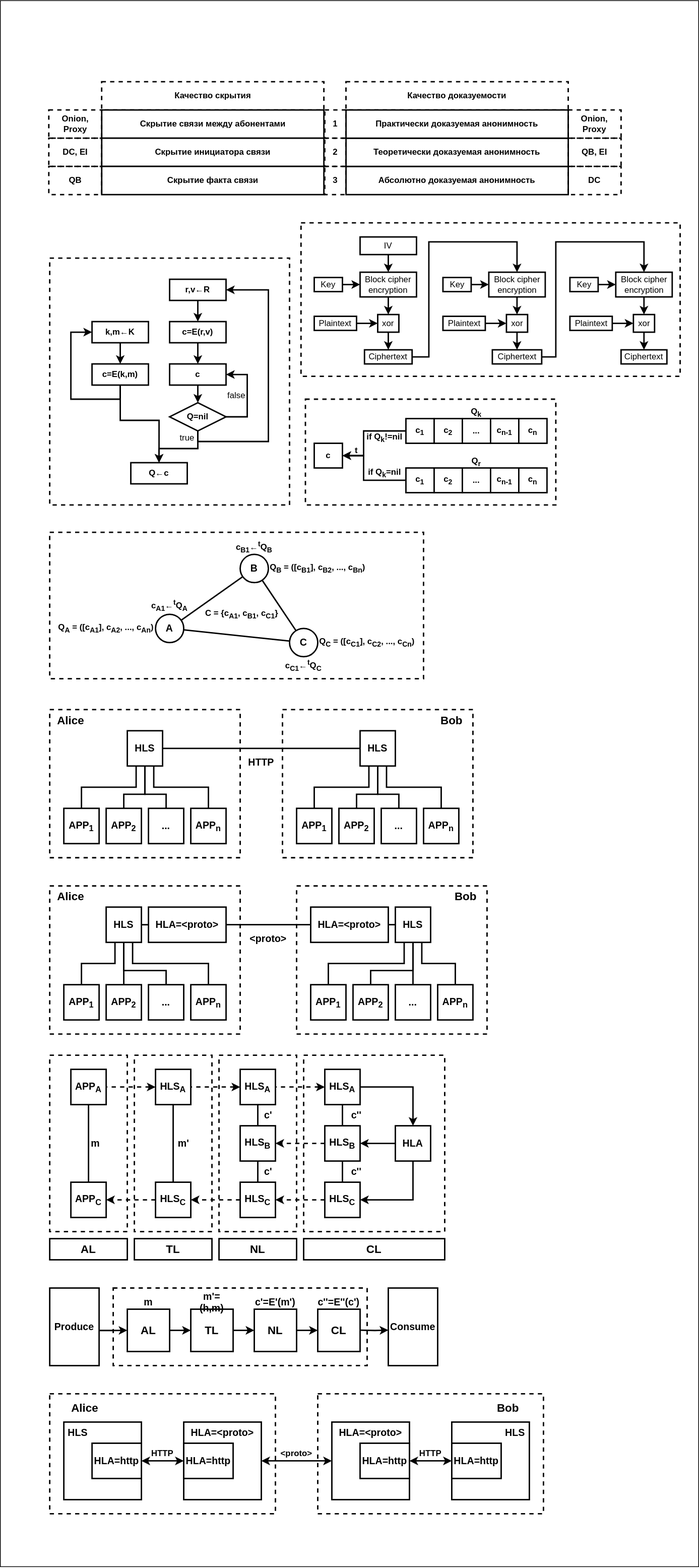
Earlier version of the draw.io export docs/hidden_lake_anonymous_network_scheme.svg (number571/hidden-lake). Source tidied: cells renumbered, new cells last; positions are measured from the earlier drawing's top-left corner, leaving out a move shared by most shapes.
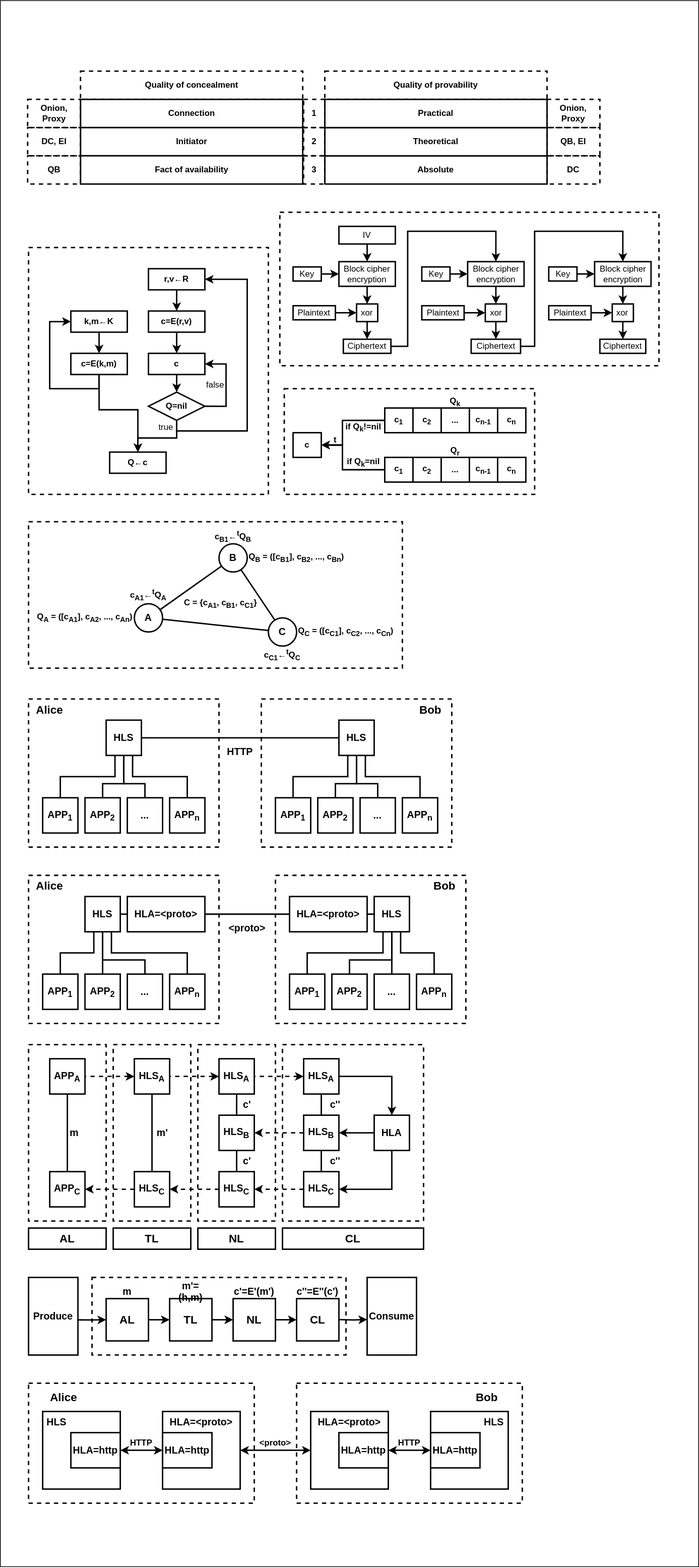
The same diagram one commit later.

Change to the diagram source:
```diff
@@ -363,7 +363,7 @@
       <mxGeometry x="70" y="1755" width="110" height="30" as="geometry" />
     </mxCell>
     <mxCell id="108" style="rounded=0;whiteSpace=wrap;html=1;strokeColor=default;fillColor=none;" parent="1" vertex="1">
-      <mxGeometry width="990" height="2220" as="geometry" />
+      <mxGeometry x="30" y="15" width="990" height="2220" as="geometry" />
     </mxCell>
     <mxCell id="109" style="edgeStyle=orthogonalEdgeStyle;rounded=0;jettySize=auto;html=1;exitX=0.994;exitY=0.547;exitDx=0;exitDy=0;entryX=0;entryY=0.5;entryDx=0;entryDy=0;strokeWidth=2;exitPerimeter=0;" parent="1" edge="1" source="110" target="113">
       <mxGeometry relative="1" as="geometry" />
@@ -746,28 +746,28 @@
     <mxCell id="217" style="rounded=0;whiteSpace=wrap;html=1;fillColor=none;strokeWidth=2;dashed=1;" parent="1" vertex="1">
       <mxGeometry x="426.2" y="315" width="537.5" height="217.5" as="geometry" />
     </mxCell>
-    <mxCell id="218" value="&lt;b&gt;Качество скрытия&lt;/b&gt;" style="rounded=0;whiteSpace=wrap;html=1;strokeWidth=2;dashed=1;" parent="1" vertex="1">
+    <mxCell id="218" value="&lt;b&gt;&lt;span style=&quot;white-space: pre-wrap;&quot; class=&quot;EzKURWReUAB5oZgtQNkl&quot;&gt;Q&lt;/span&gt;&lt;span style=&quot;white-space: pre-wrap;&quot; class=&quot;EzKURWReUAB5oZgtQNkl&quot;&gt;uality of &lt;/span&gt;&lt;span style=&quot;white-space: pre-wrap;&quot; class=&quot;EzKURWReUAB5oZgtQNkl&quot;&gt;concealment&lt;/span&gt;&lt;/b&gt;" style="rounded=0;whiteSpace=wrap;html=1;strokeWidth=2;dashed=1;" parent="1" vertex="1">
       <mxGeometry x="143.6" y="115" width="315.1" height="40" as="geometry" />
     </mxCell>
-    <mxCell id="219" value="&lt;b&gt;Качество доказуемости&lt;/b&gt;" style="rounded=0;whiteSpace=wrap;html=1;strokeWidth=2;dashed=1;" parent="1" vertex="1">
+    <mxCell id="219" value="&lt;b&gt;&lt;span style=&quot;white-space: pre-wrap;&quot; class=&quot;EzKURWReUAB5oZgtQNkl&quot;&gt;Quality&lt;/span&gt;&lt;span style=&quot;white-space: pre-wrap;&quot;&gt; of &lt;/span&gt;&lt;span style=&quot;white-space: pre-wrap;&quot; class=&quot;EzKURWReUAB5oZgtQNkl&quot;&gt;provability&lt;/span&gt;&lt;/b&gt;" style="rounded=0;whiteSpace=wrap;html=1;strokeWidth=2;dashed=1;" parent="1" vertex="1">
       <mxGeometry x="490" y="115" width="315.1" height="40" as="geometry" />
     </mxCell>
-    <mxCell id="220" value="&lt;b&gt;Скрытие связи между абонентами&lt;br&gt;&lt;/b&gt;" style="rounded=0;whiteSpace=wrap;html=1;strokeWidth=2;" parent="1" vertex="1">
+    <mxCell id="220" value="&lt;b&gt;Connection&lt;/b&gt;" style="rounded=0;whiteSpace=wrap;html=1;strokeWidth=2;" parent="1" vertex="1">
       <mxGeometry x="143.7" y="155" width="315" height="40" as="geometry" />
     </mxCell>
-    <mxCell id="221" value="&lt;b&gt;Скрытие инициатора связи&lt;br&gt;&lt;/b&gt;" style="rounded=0;whiteSpace=wrap;html=1;strokeWidth=2;" parent="1" vertex="1">
+    <mxCell id="221" value="&lt;b&gt;&lt;span style=&quot;white-space: pre-wrap;&quot; class=&quot;EzKURWReUAB5oZgtQNkl&quot;&gt;Initiator&lt;/span&gt;&lt;/b&gt;" style="rounded=0;whiteSpace=wrap;html=1;strokeWidth=2;" parent="1" vertex="1">
       <mxGeometry x="143.7" y="195" width="315" height="40" as="geometry" />
     </mxCell>
-    <mxCell id="222" value="&lt;b&gt;Скрытие факта связи&lt;br&gt;&lt;/b&gt;" style="rounded=0;whiteSpace=wrap;html=1;strokeWidth=2;" parent="1" vertex="1">
+    <mxCell id="222" value="&lt;b&gt;Fact&lt;span style=&quot;white-space: pre-wrap;&quot;&gt; of &lt;/span&gt;&lt;span style=&quot;white-space: pre-wrap;&quot; class=&quot;EzKURWReUAB5oZgtQNkl&quot;&gt;availability&lt;/span&gt;&lt;/b&gt;" style="rounded=0;whiteSpace=wrap;html=1;strokeWidth=2;" parent="1" vertex="1">
       <mxGeometry x="143.7" y="235" width="315" height="40" as="geometry" />
     </mxCell>
-    <mxCell id="223" value="&lt;b&gt;Абсолютно доказуемая анонимность&lt;br&gt;&lt;/b&gt;" style="rounded=0;whiteSpace=wrap;html=1;strokeWidth=2;" parent="1" vertex="1">
+    <mxCell id="223" value="&lt;b&gt;&lt;span style=&quot;white-space: pre-wrap;&quot; class=&quot;EzKURWReUAB5oZgtQNkl&quot;&gt;Absolute&lt;/span&gt;&lt;/b&gt;" style="rounded=0;whiteSpace=wrap;html=1;strokeWidth=2;" parent="1" vertex="1">
       <mxGeometry x="490.1" y="235" width="315.1" height="40" as="geometry" />
     </mxCell>
-    <mxCell id="224" value="&lt;b&gt;Теоретически доказуемая анонимность&lt;br&gt;&lt;/b&gt;" style="rounded=0;whiteSpace=wrap;html=1;strokeWidth=2;" parent="1" vertex="1">
+    <mxCell id="224" value="&lt;b&gt;&lt;span style=&quot;white-space: pre-wrap;&quot;&gt;&lt;/span&gt;&lt;span style=&quot;white-space: pre-wrap;&quot; class=&quot;EzKURWReUAB5oZgtQNkl&quot;&gt;Theoretical&lt;/span&gt;&lt;/b&gt;" style="rounded=0;whiteSpace=wrap;html=1;strokeWidth=2;" parent="1" vertex="1">
       <mxGeometry x="490.1" y="195" width="315.1" height="40" as="geometry" />
     </mxCell>
-    <mxCell id="225" value="&lt;b&gt;Практически доказуемая анонимность&lt;br&gt;&lt;/b&gt;" style="rounded=0;whiteSpace=wrap;html=1;strokeWidth=2;" parent="1" vertex="1">
+    <mxCell id="225" value="&lt;b&gt;&lt;span style=&quot;white-space: pre-wrap;&quot; class=&quot;EzKURWReUAB5oZgtQNkl&quot;&gt;Practical&lt;/span&gt;&lt;/b&gt;" style="rounded=0;whiteSpace=wrap;html=1;strokeWidth=2;" parent="1" vertex="1">
       <mxGeometry x="490.1" y="155" width="315" height="40" as="geometry" />
     </mxCell>
     <mxCell id="226" value="&lt;b&gt;Onion, Proxy&lt;/b&gt;" style="text;html=1;align=center;verticalAlign=middle;whiteSpace=wrap;rounded=0;strokeColor=default;dashed=1;strokeWidth=2;" parent="1" vertex="1">
```
